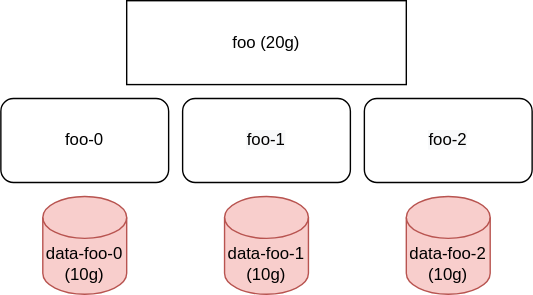
Before: doc/find-pvc.drawio.svg, a diagram exported from draw.io (vshn/statefulset-resize-controller). Source tidied: cells renumbered, new cells last; positions are measured from the earlier drawing's top-left corner, leaving out a move shared by most shapes. The source it was exported from:
```xml
<mxGraphModel>
  <root>
    <mxCell id="0" />
    <mxCell id="1" parent="0" />
    <mxCell id="2" value="foo-0" style="rounded=1;whiteSpace=wrap;html=1;" parent="1" vertex="1">
      <mxGeometry y="70" width="120" height="60" as="geometry" />
    </mxCell>
    <mxCell id="3" value="&lt;span style=&quot;color: rgb(0 , 0 , 0) ; font-family: &amp;#34;helvetica&amp;#34; ; font-size: 12px ; font-style: normal ; font-weight: 400 ; letter-spacing: normal ; text-align: center ; text-indent: 0px ; text-transform: none ; word-spacing: 0px ; background-color: rgb(248 , 249 , 250) ; display: inline ; float: none&quot;&gt;foo-1&lt;/span&gt;" style="rounded=1;whiteSpace=wrap;html=1;" parent="1" vertex="1">
      <mxGeometry x="130" y="70" width="120" height="60" as="geometry" />
    </mxCell>
    <mxCell id="4" value="&lt;span style=&quot;color: rgb(0 , 0 , 0) ; font-family: &amp;#34;helvetica&amp;#34; ; font-size: 12px ; font-style: normal ; font-weight: 400 ; letter-spacing: normal ; text-align: center ; text-indent: 0px ; text-transform: none ; word-spacing: 0px ; background-color: rgb(248 , 249 , 250) ; display: inline ; float: none&quot;&gt;foo-2&lt;br&gt;&lt;/span&gt;" style="rounded=1;whiteSpace=wrap;html=1;" parent="1" vertex="1">
      <mxGeometry x="260" y="70" width="120" height="60" as="geometry" />
    </mxCell>
    <mxCell id="5" value="data-foo-0&lt;br&gt;(10g)" style="shape=cylinder3;whiteSpace=wrap;html=1;boundedLbl=1;backgroundOutline=1;size=15;fillColor=#f8cecc;strokeColor=#b85450;" parent="1" vertex="1">
      <mxGeometry x="30" y="140" width="60" height="70" as="geometry" />
    </mxCell>
    <mxCell id="6" value="&lt;font face=&quot;helvetica&quot;&gt;data-foo-1&lt;br&gt;(10g)&lt;br&gt;&lt;/font&gt;" style="shape=cylinder3;whiteSpace=wrap;html=1;boundedLbl=1;backgroundOutline=1;size=15;fillColor=#f8cecc;strokeColor=#b85450;" parent="1" vertex="1">
      <mxGeometry x="160" y="140" width="60" height="70" as="geometry" />
    </mxCell>
    <mxCell id="7" value="&lt;font face=&quot;helvetica&quot;&gt;data-foo-2&lt;br&gt;(10g)&lt;br&gt;&lt;/font&gt;" style="shape=cylinder3;whiteSpace=wrap;html=1;boundedLbl=1;backgroundOutline=1;size=15;fillColor=#f8cecc;strokeColor=#b85450;" parent="1" vertex="1">
      <mxGeometry x="290" y="140" width="60" height="70" as="geometry" />
    </mxCell>
    <mxCell id="8" value="foo (20g)" style="rounded=0;whiteSpace=wrap;html=1;" parent="1" vertex="1">
      <mxGeometry x="90" width="200" height="60" as="geometry" />
    </mxCell>
  </root>
</mxGraphModel>
```
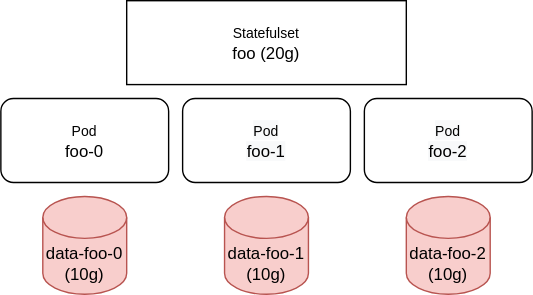
After the commit.

The edit, as a diff of the source:
```diff
@@ -2,13 +2,13 @@
   <root>
     <mxCell id="0" />
     <mxCell id="1" parent="0" />
-    <mxCell id="2" value="foo-0" style="rounded=1;whiteSpace=wrap;html=1;" parent="1" vertex="1">
+    <mxCell id="2" value="&lt;font style=&quot;font-size: 10px&quot;&gt;Pod&lt;br&gt;&lt;/font&gt;foo-0" style="rounded=1;whiteSpace=wrap;html=1;" parent="1" vertex="1">
       <mxGeometry y="70" width="120" height="60" as="geometry" />
     </mxCell>
-    <mxCell id="3" value="&lt;span style=&quot;color: rgb(0 , 0 , 0) ; font-family: &amp;#34;helvetica&amp;#34; ; font-size: 12px ; font-style: normal ; font-weight: 400 ; letter-spacing: normal ; text-align: center ; text-indent: 0px ; text-transform: none ; word-spacing: 0px ; background-color: rgb(248 , 249 , 250) ; display: inline ; float: none&quot;&gt;foo-1&lt;/span&gt;" style="rounded=1;whiteSpace=wrap;html=1;" parent="1" vertex="1">
+    <mxCell id="3" value="&lt;span style=&quot;color: rgb(0 , 0 , 0) ; font-family: &amp;#34;helvetica&amp;#34; ; font-style: normal ; font-weight: 400 ; letter-spacing: normal ; text-align: center ; text-indent: 0px ; text-transform: none ; word-spacing: 0px ; background-color: rgb(248 , 249 , 250) ; display: inline ; float: none&quot;&gt;&lt;font style=&quot;font-size: 10px&quot;&gt;Pod&lt;/font&gt;&lt;br&gt;foo-1&lt;/span&gt;" style="rounded=1;whiteSpace=wrap;html=1;" parent="1" vertex="1">
       <mxGeometry x="130" y="70" width="120" height="60" as="geometry" />
     </mxCell>
-    <mxCell id="4" value="&lt;span style=&quot;color: rgb(0 , 0 , 0) ; font-family: &amp;#34;helvetica&amp;#34; ; font-size: 12px ; font-style: normal ; font-weight: 400 ; letter-spacing: normal ; text-align: center ; text-indent: 0px ; text-transform: none ; word-spacing: 0px ; background-color: rgb(248 , 249 , 250) ; display: inline ; float: none&quot;&gt;foo-2&lt;br&gt;&lt;/span&gt;" style="rounded=1;whiteSpace=wrap;html=1;" parent="1" vertex="1">
+    <mxCell id="4" value="&lt;span style=&quot;color: rgb(0 , 0 , 0) ; font-family: &amp;#34;helvetica&amp;#34; ; font-style: normal ; font-weight: 400 ; letter-spacing: normal ; text-align: center ; text-indent: 0px ; text-transform: none ; word-spacing: 0px ; background-color: rgb(248 , 249 , 250) ; display: inline ; float: none&quot;&gt;&lt;font style=&quot;font-size: 10px&quot;&gt;Pod&lt;/font&gt;&lt;br&gt;foo-2&lt;br&gt;&lt;/span&gt;" style="rounded=1;whiteSpace=wrap;html=1;" parent="1" vertex="1">
       <mxGeometry x="260" y="70" width="120" height="60" as="geometry" />
     </mxCell>
     <mxCell id="5" value="data-foo-0&lt;br&gt;(10g)" style="shape=cylinder3;whiteSpace=wrap;html=1;boundedLbl=1;backgroundOutline=1;size=15;fillColor=#f8cecc;strokeColor=#b85450;" parent="1" vertex="1">
@@ -20,7 +20,7 @@
     <mxCell id="7" value="&lt;font face=&quot;helvetica&quot;&gt;data-foo-2&lt;br&gt;(10g)&lt;br&gt;&lt;/font&gt;" style="shape=cylinder3;whiteSpace=wrap;html=1;boundedLbl=1;backgroundOutline=1;size=15;fillColor=#f8cecc;strokeColor=#b85450;" parent="1" vertex="1">
       <mxGeometry x="290" y="140" width="60" height="70" as="geometry" />
     </mxCell>
-    <mxCell id="8" value="foo (20g)" style="rounded=0;whiteSpace=wrap;html=1;" parent="1" vertex="1">
+    <mxCell id="8" value="&lt;font style=&quot;font-size: 10px&quot;&gt;Statefulset&lt;br&gt;&lt;/font&gt;foo (20g)" style="rounded=0;whiteSpace=wrap;html=1;" parent="1" vertex="1">
       <mxGeometry x="90" width="200" height="60" as="geometry" />
     </mxCell>
   </root>
```
